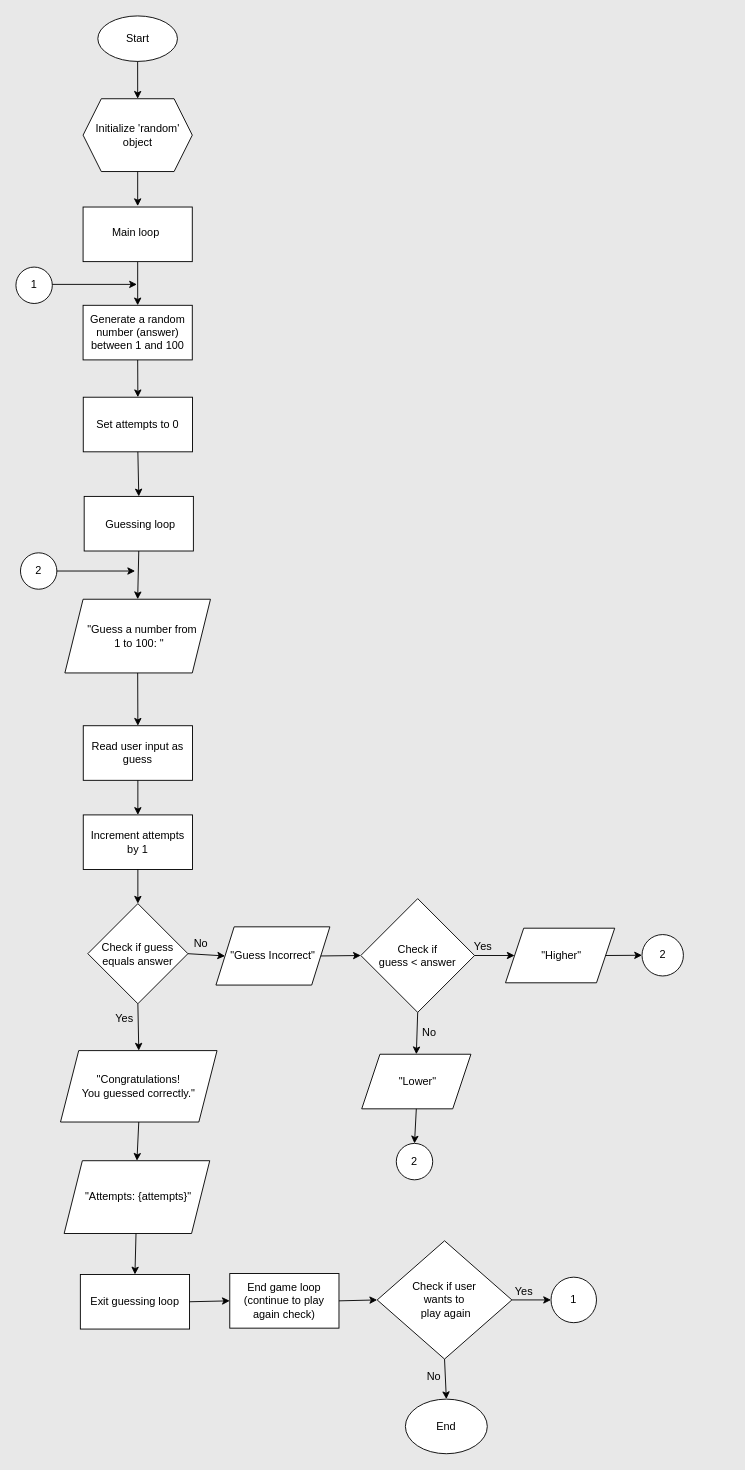
Above: a.drawio in 4xachi/footer (draw.io), before the change. Source tidied: cells renumbered, new cells numbered last; positions are measured from the earlier drawing's top-left corner, leaving out a move shared by most shapes. Both pictures are drawn from the tidied source at 91%, with x=0, y=0 at pixel (15, 15).
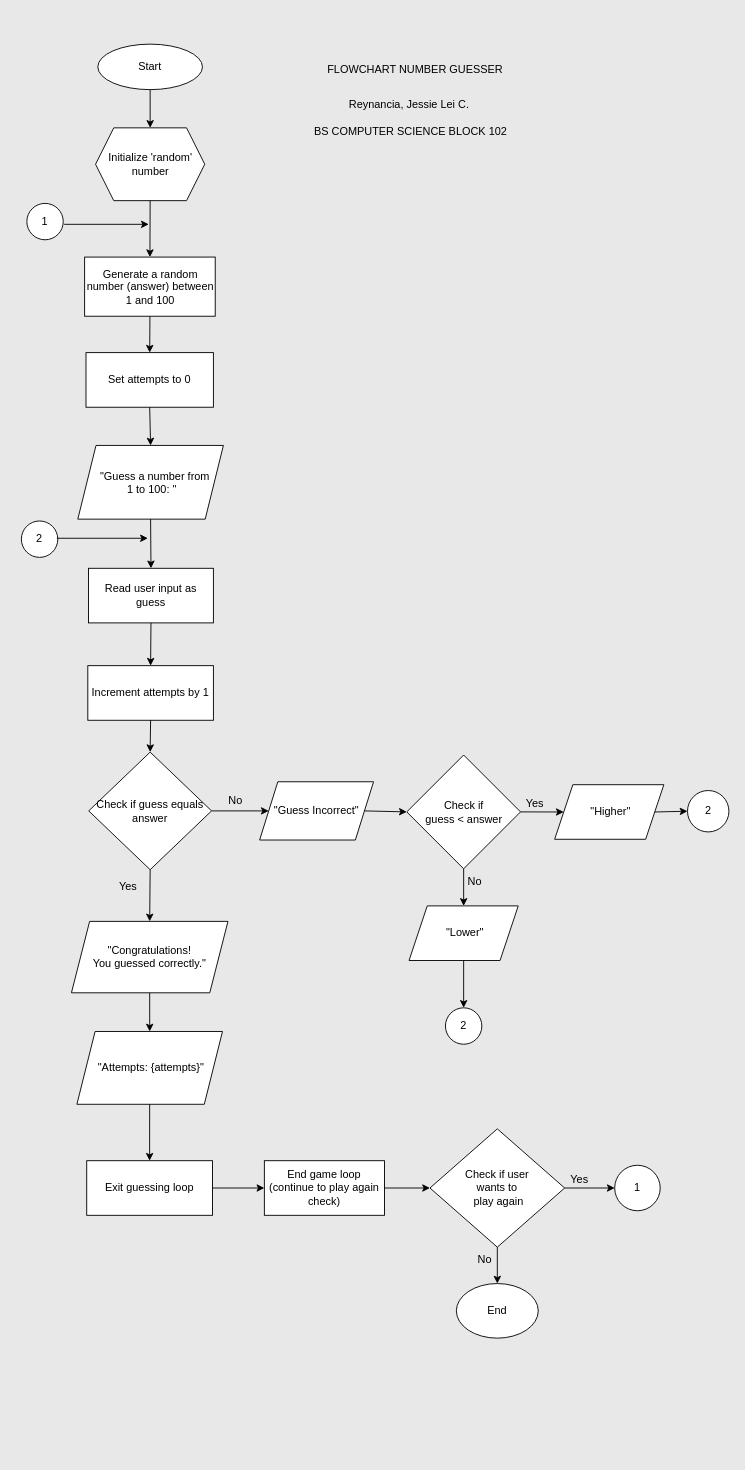
After the change.

The edit, as a diff of the source:
```diff
@@
     <mxCell id="2" value="Start" style="ellipse;whiteSpace=wrap;html=1;" parent="1" vertex="1">
-      <mxGeometry x="90" width="87.5" height="50" as="geometry" />
+      <mxGeometry x="90" y="31" width="115" height="50" as="geometry" />
     </mxCell>
-    <mxCell id="3" value="Initialize 'random' object " style="shape=hexagon;perimeter=hexagonPerimeter2;whiteSpace=wrap;html=1;fixedSize=1;" parent="1" vertex="1">
-      <mxGeometry x="73.8" y="91" width="120" height="80" as="geometry" />
+    <mxCell id="3" value="Initialize 'random' number" style="shape=hexagon;perimeter=hexagonPerimeter2;whiteSpace=wrap;html=1;fixedSize=1;" parent="1" vertex="1">
+      <mxGeometry x="87.5" y="123" width="120" height="80" as="geometry" />
     </mxCell>
@@
-    <mxCell id="5" style="endArrow=classic;html=1;rounded=0;entryX=0.5;entryY=0;entryDx=0;entryDy=0;exitX=0.5;exitY=1;exitDx=0;exitDy=0;" parent="1" edge="1" source="3">
-      <mxGeometry relative="1" as="geometry">
-        <mxPoint x="133.8" y="209" as="targetPoint" />
-      </mxGeometry>
-    </mxCell>
-    <mxCell id="6" style="endArrow=classic;html=1;rounded=0;entryX=0.5;entryY=0;entryDx=0;entryDy=0;" parent="1" edge="1" source="57" target="8">
+    <mxCell id="6" style="endArrow=classic;html=1;rounded=0;entryX=0.5;entryY=0;entryDx=0;entryDy=0;exitX=0.5;exitY=1;exitDx=0;exitDy=0;" parent="1" edge="1" source="3" target="8">
       <mxGeometry relative="1" as="geometry" />
     </mxCell>
@@
     <mxCell id="8" value="Generate a random number (answer) between 1 and 100" style="rounded=0;whiteSpace=wrap;html=1;" parent="1" vertex="1">
-      <mxGeometry x="73.8" y="318" width="120" height="60" as="geometry" />
+      <mxGeometry x="75.5" y="265" width="143.5" height="65" as="geometry" />
     </mxCell>
     <mxCell id="9" value="Set attempts to 0" style="rounded=0;whiteSpace=wrap;html=1;" parent="1" vertex="1">
-      <mxGeometry x="74" y="419" width="120" height="60" as="geometry" />
+      <mxGeometry x="77" y="370" width="140" height="60" as="geometry" />
     </mxCell>
-    <mxCell id="10" style="endArrow=classic;html=1;rounded=0;exitX=0.5;exitY=1;exitDx=0;exitDy=0;entryX=0.5;entryY=0;entryDx=0;entryDy=0;" parent="1" edge="1" source="9" target="55">
+    <mxCell id="10" style="endArrow=classic;html=1;rounded=0;exitX=0.5;exitY=1;exitDx=0;exitDy=0;entryX=0.5;entryY=0;entryDx=0;entryDy=0;" parent="1" edge="1" source="9" target="11">
       <mxGeometry relative="1" as="geometry" />
     </mxCell>
     <mxCell id="11" value="&amp;nbsp; &amp;nbsp;&quot;Guess a number from&lt;br&gt;&amp;nbsp;1 to 100: &quot;" style="shape=parallelogram;perimeter=parallelogramPerimeter;whiteSpace=wrap;html=1;fixedSize=1;" parent="1" vertex="1">
-      <mxGeometry x="53.8" y="641" width="160" height="81" as="geometry" />
+      <mxGeometry x="68" y="472" width="160" height="81" as="geometry" />
     </mxCell>
-    <mxCell id="12" style="endArrow=classic;html=1;rounded=0;entryX=0.5;entryY=0;entryDx=0;entryDy=0;exitX=0.5;exitY=1;exitDx=0;exitDy=0;" parent="1" edge="1" source="55" target="11">
-      <mxGeometry relative="1" as="geometry" />
-    </mxCell>
@@
     <mxCell id="14" value="&lt;div&gt;Read user input as guess&lt;/div&gt;" style="rounded=0;whiteSpace=wrap;html=1;" parent="1" vertex="1">
-      <mxGeometry x="74" y="780" width="120" height="60" as="geometry" />
+      <mxGeometry x="79.8" y="607" width="137.2" height="60" as="geometry" />
     </mxCell>
     <mxCell id="15" value="Increment attempts by 1" style="rounded=0;whiteSpace=wrap;html=1;" parent="1" vertex="1">
-      <mxGeometry x="74" y="878" width="120" height="60" as="geometry" />
+      <mxGeometry x="79" y="714" width="138" height="60" as="geometry" />
     </mxCell>
@@
     <mxCell id="17" value="Check if guess equals answer" style="rhombus;whiteSpace=wrap;html=1;" parent="1" vertex="1">
-      <mxGeometry x="79" y="975.5" width="110" height="110" as="geometry" />
+      <mxGeometry x="80" y="809" width="135" height="129.2" as="geometry" />
     </mxCell>
@@
     <mxCell id="20" value="Yes" style="text;html=1;align=center;verticalAlign=middle;strokeColor=none;fillColor=none;" parent="1" vertex="1">
-      <mxGeometry x="88.8" y="1082" width="60" height="40" as="geometry" />
+      <mxGeometry x="92.8" y="936.5" width="60" height="40" as="geometry" />
     </mxCell>
     <mxCell id="21" value="&amp;nbsp;&quot;Attempts: {attempts}&quot;" style="shape=parallelogram;perimeter=parallelogramPerimeter;whiteSpace=wrap;html=1;fixedSize=1;" parent="1" vertex="1">
-      <mxGeometry x="53" y="1258" width="160" height="80" as="geometry" />
+      <mxGeometry x="67" y="1116" width="160" height="80" as="geometry" />
     </mxCell>
@@
     <mxCell id="23" value="Exit guessing loop" style="rounded=0;whiteSpace=wrap;html=1;" parent="1" vertex="1">
-      <mxGeometry x="70.8" y="1383" width="120" height="60" as="geometry" />
+      <mxGeometry x="77.8" y="1258" width="138.2" height="60" as="geometry" />
     </mxCell>
@@
     <mxCell id="26" value="End game loop (continue to play again check)" style="rounded=0;whiteSpace=wrap;html=1;" parent="1" vertex="1">
-      <mxGeometry x="235" y="1382" width="120" height="60" as="geometry" />
+      <mxGeometry x="273" y="1258" width="132" height="60" as="geometry" />
     </mxCell>
@@
     <mxCell id="28" value="Check if user &lt;br&gt;wants&amp;nbsp;to&lt;br&gt;&amp;nbsp;play again" style="rhombus;whiteSpace=wrap;html=1;" parent="1" vertex="1">
-      <mxGeometry x="397" y="1346" width="148" height="130" as="geometry" />
+      <mxGeometry x="455" y="1223" width="148" height="130" as="geometry" />
     </mxCell>
@@
     <mxCell id="30" value="No" style="text;html=1;align=center;verticalAlign=middle;strokeColor=none;fillColor=none;" parent="1" vertex="1">
-      <mxGeometry x="429" y="1476" width="60" height="40" as="geometry" />
+      <mxGeometry x="485" y="1347" width="60" height="40" as="geometry" />
     </mxCell>
     <mxCell id="31" value="End" style="ellipse;whiteSpace=wrap;html=1;" parent="1" vertex="1">
-      <mxGeometry x="428" y="1520" width="90" height="60" as="geometry" />
+      <mxGeometry x="484" y="1393" width="90" height="60" as="geometry" />
     </mxCell>
@@
     <mxCell id="33" value="Yes" style="text;html=1;align=center;verticalAlign=middle;strokeColor=none;fillColor=none;" parent="1" vertex="1">
-      <mxGeometry x="528" y="1382" width="60" height="40" as="geometry" />
+      <mxGeometry x="589" y="1259" width="60" height="40" as="geometry" />
     </mxCell>
     <mxCell id="34" value="1" style="ellipse;whiteSpace=wrap;html=1;" parent="1" vertex="1">
-      <mxGeometry x="588" y="1386" width="50" height="50" as="geometry" />
+      <mxGeometry x="658" y="1263" width="50" height="50" as="geometry" />
     </mxCell>
@@
     <mxCell id="36" value="&quot;Guess Incorrect&quot;" style="shape=parallelogram;perimeter=parallelogramPerimeter;whiteSpace=wrap;html=1;fixedSize=1;" parent="1" vertex="1">
-      <mxGeometry x="219.8" y="1001" width="125.2" height="64" as="geometry" />
+      <mxGeometry x="267.8" y="841.6" width="125.2" height="64" as="geometry" />
     </mxCell>
@@
     <mxCell id="38" value="Check if &lt;br&gt;guess &amp;lt; answer" style="rhombus;whiteSpace=wrap;html=1;" parent="1" vertex="1">
-      <mxGeometry x="379" y="970" width="125" height="125" as="geometry" />
+      <mxGeometry x="429.5" y="812.2" width="125" height="125" as="geometry" />
     </mxCell>
@@
     <mxCell id="40" value="&amp;nbsp;&quot;Higher&quot;" style="shape=parallelogram;perimeter=parallelogramPerimeter;whiteSpace=wrap;html=1;fixedSize=1;" parent="1" vertex="1">
-      <mxGeometry x="538" y="1002.5" width="120" height="60" as="geometry" />
+      <mxGeometry x="592" y="844.8" width="120" height="60" as="geometry" />
     </mxCell>
     <mxCell id="41" value="Yes" style="text;html=1;align=center;verticalAlign=middle;strokeColor=none;fillColor=none;" parent="1" vertex="1">
-      <mxGeometry x="483" y="1002.5" width="60" height="40" as="geometry" />
+      <mxGeometry x="540" y="845.6" width="60" height="40" as="geometry" />
     </mxCell>
@@
     <mxCell id="43" value="&amp;nbsp;&quot;Lower&quot;" style="shape=parallelogram;perimeter=parallelogramPerimeter;whiteSpace=wrap;html=1;fixedSize=1;" parent="1" vertex="1">
-      <mxGeometry x="380" y="1141" width="120" height="60" as="geometry" />
+      <mxGeometry x="432" y="978" width="120" height="60" as="geometry" />
     </mxCell>
     <mxCell id="44" value="No" style="text;html=1;align=center;verticalAlign=middle;strokeColor=none;fillColor=none;" parent="1" vertex="1">
-      <mxGeometry x="424" y="1098" width="60" height="40" as="geometry" />
+      <mxGeometry x="474" y="931.5" width="60" height="40" as="geometry" />
     </mxCell>
     <mxCell id="45" value="2" style="ellipse;whiteSpace=wrap;html=1;" parent="1" vertex="1">
-      <mxGeometry x="418" y="1239" width="40" height="40" as="geometry" />
+      <mxGeometry x="472" y="1090" width="40" height="40" as="geometry" />
     </mxCell>
@@
     <mxCell id="47" value="2" style="ellipse;whiteSpace=wrap;html=1;" parent="1" vertex="1">
-      <mxGeometry x="688" y="1009.5" width="45.5" height="45.5" as="geometry" />
+      <mxGeometry x="738" y="851.2" width="45.5" height="45.5" as="geometry" />
     </mxCell>
@@
     <mxCell id="49" value="No" style="text;html=1;align=center;verticalAlign=middle;strokeColor=none;fillColor=none;" parent="1" vertex="1">
-      <mxGeometry x="173" y="999.5" width="60" height="40" as="geometry" />
+      <mxGeometry x="210.8" y="841.6" width="60" height="40" as="geometry" />
     </mxCell>
     <mxCell id="50" value="1" style="ellipse;whiteSpace=wrap;html=1;" parent="1" vertex="1">
-      <mxGeometry y="276" width="40" height="40" as="geometry" />
+      <mxGeometry x="12" y="206" width="40" height="40" as="geometry" />
     </mxCell>
     <mxCell id="51" style="endArrow=classic;html=1;rounded=0;exitX=1;exitY=0.5;exitDx=0;exitDy=0;" parent="1" edge="1">
       <mxGeometry relative="1" as="geometry">
-        <mxPoint x="40" y="295" as="sourcePoint" />
-        <mxPoint x="133" y="295" as="targetPoint" />
+        <mxPoint x="53" y="229" as="sourcePoint" />
+        <mxPoint x="146" y="229" as="targetPoint" />
       </mxGeometry>
     </mxCell>
     <mxCell id="52" value="2" style="ellipse;whiteSpace=wrap;html=1;" parent="1" vertex="1">
-      <mxGeometry x="5" y="590" width="40" height="40" as="geometry" />
+      <mxGeometry x="6" y="555" width="40" height="40" as="geometry" />
     </mxCell>
     <mxCell id="53" style="endArrow=classic;html=1;rounded=0;" parent="1" edge="1">
       <mxGeometry relative="1" as="geometry">
-        <mxPoint x="45" y="610" as="sourcePoint" />
-        <mxPoint x="131" y="610" as="targetPoint" />
+        <mxPoint x="45" y="574" as="sourcePoint" />
+        <mxPoint x="145" y="574" as="targetPoint" />
       </mxGeometry>
     </mxCell>
     <mxCell id="54" value="&quot;Congratulations! &lt;br&gt;You guessed correctly.&quot;" style="shape=parallelogram;perimeter=parallelogramPerimeter;whiteSpace=wrap;html=1;fixedSize=1;" parent="1" vertex="1">
-      <mxGeometry x="49" y="1137" width="172" height="78.5" as="geometry" />
+      <mxGeometry x="61" y="995" width="172" height="78.5" as="geometry" />
     </mxCell>
-    <mxCell id="55" style="rounded=0;whiteSpace=wrap;html=1;" parent="1" vertex="1">
-      <mxGeometry x="75" y="528" width="120" height="60" as="geometry" />
-    </mxCell>
-    <mxCell id="56" value="Guessing loop" style="text;html=1;strokeColor=none;fillColor=none;align=center;verticalAlign=middle;whiteSpace=wrap;rounded=0;" parent="1" vertex="1">
-      <mxGeometry x="91" y="546" width="92" height="26" as="geometry" />
-    </mxCell>
-    <mxCell id="57" style="rounded=0;whiteSpace=wrap;html=1;" parent="1" vertex="1">
-      <mxGeometry x="73.8" y="210" width="120" height="60" as="geometry" />
-    </mxCell>
-    <mxCell id="58" value="Main loop" style="text;html=1;strokeColor=none;fillColor=none;align=center;verticalAlign=middle;whiteSpace=wrap;rounded=0;" parent="1" vertex="1">
-      <mxGeometry x="79" y="225" width="106" height="25" as="geometry" />
-    </mxCell>
+    <mxCell id="59" value="FLOWCHART NUMBER GUESSER" style="text;html=1;strokeColor=none;fillColor=none;align=center;verticalAlign=middle;whiteSpace=wrap;rounded=0;" parent="1" vertex="1">
+      <mxGeometry x="289" y="44" width="300" height="30" as="geometry" />
+    </mxCell>
+    <mxCell id="60" value="Reynancia, Jessie Lei C.&amp;nbsp;&lt;br&gt;&lt;br&gt;BS COMPUTER SCIENCE BLOCK 102" style="text;html=1;strokeColor=none;fillColor=none;align=center;verticalAlign=middle;whiteSpace=wrap;rounded=0;" parent="1" vertex="1">
+      <mxGeometry x="184" y="97" width="500" height="30" as="geometry" />
+    </mxCell>
```
